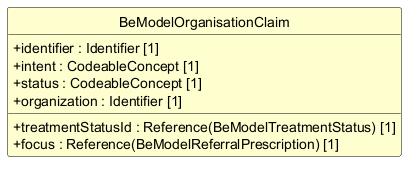
caresets/caresets-src keeps this PlantUML diagram as exports/diagrams/BeModelOrganisationClaim-uml.png. Above is the earlier version. Its diagram source:
```plantuml
@startuml
skinparam shadowing false
skinparam classAttributeIconSize 0
skinparam linetype ortho
skinparam class {
  BackgroundColor #FEFECE
  BorderColor #000000
  ArrowColor #000000
  FontStyle bold
  AttributeFontStyle normal
}
hide circle
hide empty members

class "BeModelOrganisationClaim" as BeModelOrganisationClaim {
  +identifier : Identifier [1]
  +intent : CodeableConcept [1]
  +status : CodeableConcept [1]
  +treatmentStatusId : Reference(BeModelTreatmentStatus) [1]
  +focus : Reference(BeModelReferralPrescription) [1]
  +organization : Identifier [1]
}

@enduml
```
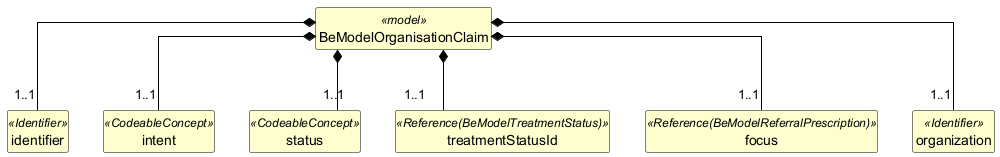
Above is the later version.

The edit, as a diff of the source:
```diff
@@ -12,13 +12,31 @@
 hide circle
 hide empty members
 
-class "BeModelOrganisationClaim" as BeModelOrganisationClaim {
-  +identifier : Identifier [1]
-  +intent : CodeableConcept [1]
-  +status : CodeableConcept [1]
-  +treatmentStatusId : Reference(BeModelTreatmentStatus) [1]
-  +focus : Reference(BeModelReferralPrescription) [1]
-  +organization : Identifier [1]
+class "BeModelOrganisationClaim" as BeModelOrganisationClaim <<model>> {
 }
 
+class "identifier" as BeModelOrganisationClaim_identifier <<Identifier>> {
+}
+
+class "intent" as BeModelOrganisationClaim_intent <<CodeableConcept>> {
+}
+
+class "status" as BeModelOrganisationClaim_status <<CodeableConcept>> {
+}
+
+class "treatmentStatusId" as BeModelOrganisationClaim_treatmentStatusId <<Reference(BeModelTreatmentStatus)>> {
+}
+
+class "focus" as BeModelOrganisationClaim_focus <<Reference(BeModelReferralPrescription)>> {
+}
+
+class "organization" as BeModelOrganisationClaim_organization <<Identifier>> {
+}
+
+BeModelOrganisationClaim *-- "1..1" BeModelOrganisationClaim_identifier
+BeModelOrganisationClaim *-- "1..1" BeModelOrganisationClaim_intent
+BeModelOrganisationClaim *-- "1..1" BeModelOrganisationClaim_status
+BeModelOrganisationClaim *-- "1..1" BeModelOrganisationClaim_treatmentStatusId
+BeModelOrganisationClaim *-- "1..1" BeModelOrganisationClaim_focus
+BeModelOrganisationClaim *-- "1..1" BeModelOrganisationClaim_organization
 @enduml
```
